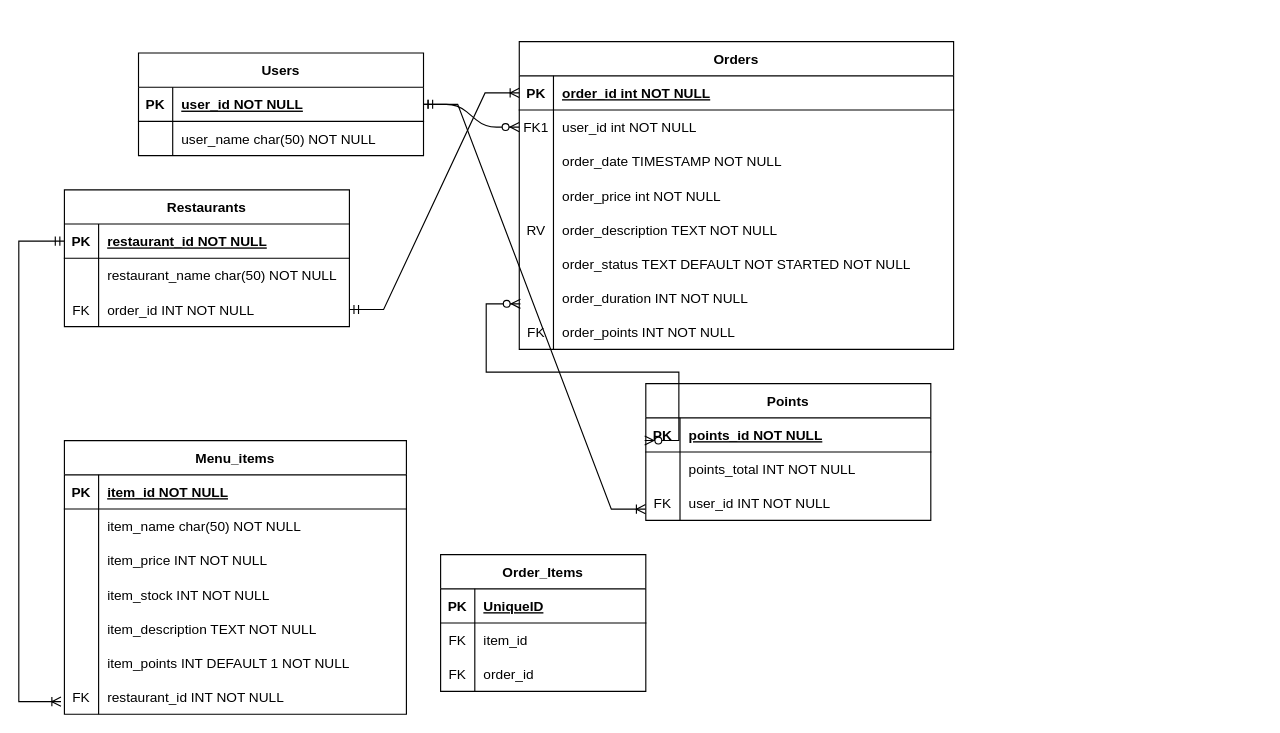
Earlier version of the draw.io diagram Food-Pick-Up-ERD.drawio (nickidells97/Food-Pick-Up-App). Source tidied: cells renumbered, new cells numbered last; positions are measured from the earlier drawing's top-left corner, leaving out a move shared by most shapes. Both pictures are drawn from the tidied source at 114%, with x=0, y=0 at pixel (18, 41).
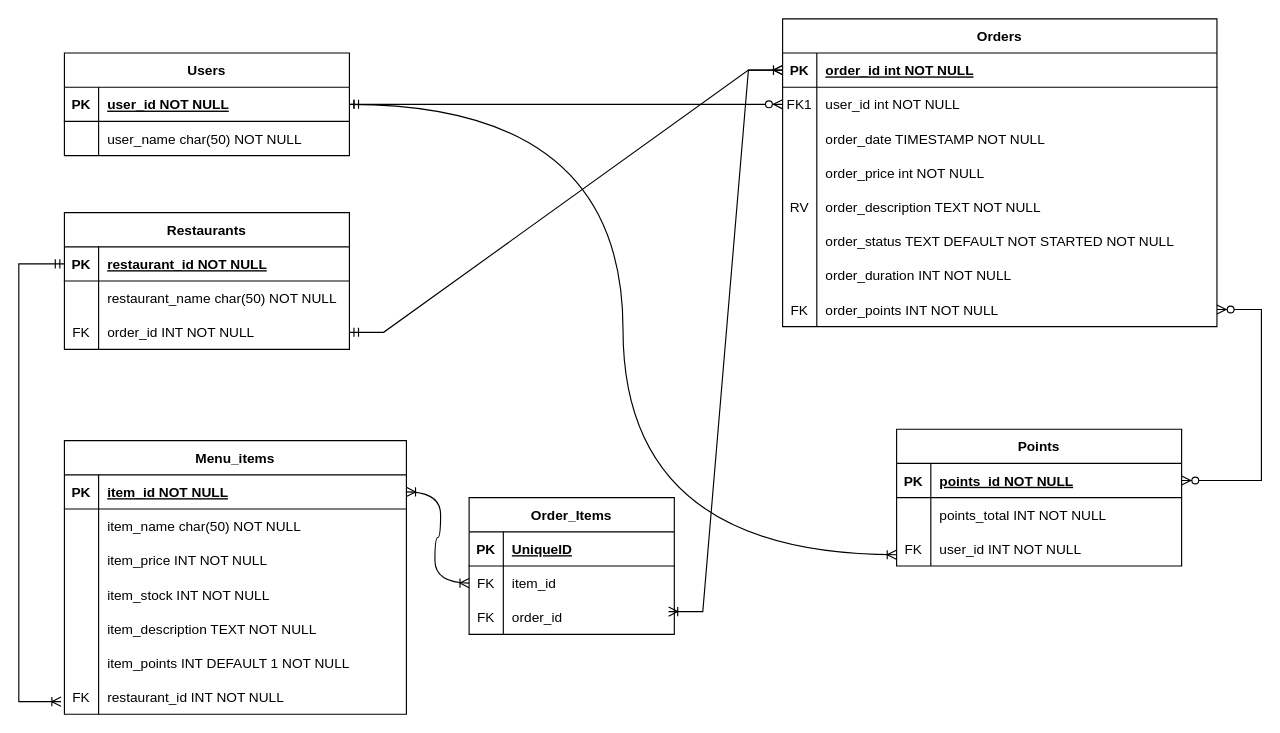
After the change.

The change refers to these unchanged cells:
```xml
<mxCell id="4" style="shape=partialRectangle;fillColor=none;points=[[0,0.5],[1,0.5]];portConstraint=eastwest;top=0;left=0;right=0;bottom=1;" parent="3" vertex="1">
  <mxGeometry y="30" width="381" height="30" as="geometry" />
</mxCell>
<mxCell id="25" style="shape=partialRectangle;fillColor=none;points=[[0,0.5],[1,0.5]];portConstraint=eastwest;top=0;left=0;right=0;bottom=0;" parent="3" vertex="1">
  <mxGeometry y="240" width="381" height="30" as="geometry" />
</mxCell>
<mxCell id="29" style="shape=partialRectangle;fillColor=none;points=[[0,0.5],[1,0.5]];portConstraint=eastwest;top=0;left=0;right=0;bottom=1;" parent="28" vertex="1">
  <mxGeometry y="30" width="250" height="30" as="geometry" />
</mxCell>
<mxCell id="35" style="shape=partialRectangle;fillColor=none;points=[[0,0.5],[1,0.5]];portConstraint=eastwest;top=0;left=0;right=0;bottom=0;" parent="28" vertex="1">
  <mxGeometry y="90" width="250" height="30" as="geometry" />
</mxCell>
<mxCell id="46" style="shape=tableRow;horizontal=0;startSize=0;swimlaneHead=0;swimlaneBody=0;fillColor=none;points=[[0,0.5],[1,0.5]];portConstraint=eastwest;top=0;left=0;right=0;bottom=1;" parent="45" vertex="1">
  <mxGeometry y="30" width="300" height="30" as="geometry" />
</mxCell>
<mxCell id="85" style="shape=tableRow;horizontal=0;startSize=0;swimlaneHead=0;swimlaneBody=0;fillColor=none;points=[[0,0.5],[1,0.5]];portConstraint=eastwest;top=0;left=0;right=0;bottom=0;" parent="81" vertex="1">
  <mxGeometry y="60" width="180" height="30" as="geometry" />
</mxCell>
```

Change to the diagram source:
```diff
@@
     <mxCell id="3" value="Orders" style="shape=table;startSize=30;childLayout=tableLayout;rowLines=0;fontStyle=1;align=center;" parent="1" vertex="1">
-      <mxGeometry x="439" width="381" height="270" as="geometry" />
+      <mxGeometry x="670" y="-20" width="381" height="270" as="geometry" />
     </mxCell>
@@
     <mxCell id="28" value="Points" style="shape=table;startSize=30;childLayout=tableLayout;rowLines=0;fontStyle=1;align=center;" parent="1" vertex="1">
-      <mxGeometry x="550" y="300" width="250" height="120" as="geometry" />
+      <mxGeometry x="770" y="340" width="250" height="120" as="geometry" />
     </mxCell>
@@
     <mxCell id="38" value="Users" style="shape=table;startSize=30;childLayout=tableLayout;rowLines=0;fontStyle=1;align=center;" parent="1" vertex="1">
-      <mxGeometry x="105" y="10" width="250" height="90" as="geometry" />
+      <mxGeometry x="40" y="10" width="250" height="90" as="geometry" />
     </mxCell>
@@
     <mxCell id="67" value="Restaurants" style="shape=table;startSize=30;childLayout=tableLayout;rowLines=0;fontStyle=1;align=center;" parent="1" vertex="1">
-      <mxGeometry x="40" y="130" width="250" height="120" as="geometry" />
+      <mxGeometry x="40" y="150" width="250" height="120" as="geometry" />
     </mxCell>
@@
-    <mxCell id="79" style="edgeStyle=entityRelationEdgeStyle;fontSize=12;html=1;endArrow=ERoneToMany;startArrow=ERmandOne;rounded=0;entryX=-0.001;entryY=0.671;entryDx=0;entryDy=0;entryPerimeter=0;exitX=1;exitY=0.5;exitDx=0;exitDy=0;" parent="1" edge="1" source="38" target="35">
+    <mxCell id="79" style="edgeStyle=orthogonalEdgeStyle;fontSize=12;html=1;endArrow=ERoneToMany;startArrow=ERmandOne;rounded=0;entryX=-0.001;entryY=0.671;entryDx=0;entryDy=0;entryPerimeter=0;exitX=1;exitY=0.5;exitDx=0;exitDy=0;elbow=vertical;curved=1;" parent="1" edge="1" source="38" target="35">
       <mxGeometry relative="1" as="geometry" />
     </mxCell>
-    <mxCell id="80" style="edgeStyle=entityRelationEdgeStyle;fontSize=12;html=1;endArrow=ERzeroToMany;endFill=1;startArrow=ERzeroToMany;rounded=0;exitX=-0.004;exitY=0.665;exitDx=0;exitDy=0;exitPerimeter=0;" parent="1" edge="1" source="29">
+    <mxCell id="80" style="edgeStyle=elbowEdgeStyle;fontSize=12;html=1;endArrow=ERzeroToMany;endFill=1;startArrow=ERzeroToMany;rounded=0;exitX=1;exitY=0.5;exitDx=0;exitDy=0;entryX=1;entryY=0.5;entryDx=0;entryDy=0;" parent="1" edge="1" source="29" target="25">
       <mxGeometry relative="1" as="geometry">
-        <mxPoint x="440" y="230" as="targetPoint" />
+        <Array as="points">
+          <mxPoint x="1090" y="310" />
+        </Array>
       </mxGeometry>
     </mxCell>
     <mxCell id="81" value="Order_Items" style="shape=table;startSize=30;childLayout=tableLayout;rowLines=0;fontStyle=1;align=center;" parent="1" vertex="1">
-      <mxGeometry x="370" y="450" width="180" height="120" as="geometry" />
+      <mxGeometry x="395" y="400" width="180" height="120" as="geometry" />
     </mxCell>
@@
+    <mxCell id="91" style="edgeStyle=entityRelationEdgeStyle;fontSize=12;html=1;endArrow=ERoneToMany;startArrow=ERoneToMany;rounded=0;curved=1;elbow=vertical;exitX=1;exitY=0.5;exitDx=0;exitDy=0;entryX=0;entryY=0.5;entryDx=0;entryDy=0;" parent="1" edge="1" source="46" target="85">
+      <mxGeometry relative="1" as="geometry" />
+    </mxCell>
+    <mxCell id="92" style="edgeStyle=entityRelationEdgeStyle;fontSize=12;html=1;endArrow=ERoneToMany;startArrow=ERoneToMany;rounded=0;entryX=0;entryY=0.5;entryDx=0;entryDy=0;" parent="1" edge="1" target="4">
+      <mxGeometry relative="1" as="geometry">
+        <mxPoint x="570" y="500" as="sourcePoint" />
+      </mxGeometry>
+    </mxCell>
```
